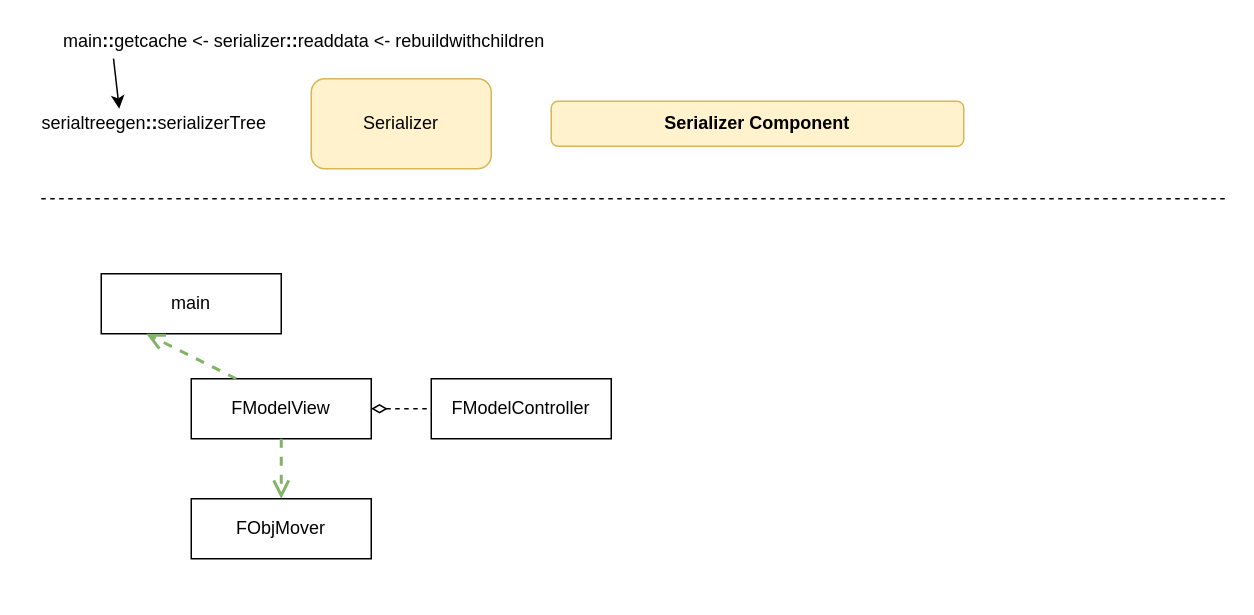
This is dia.drawio from magal-git/MyFlutter, a draw.io file, before an edit. Source tidied: cells renumbered, new cells numbered last; positions are measured from the earlier drawing's top-left corner, leaving out a move shared by most shapes. Both pictures are drawn from the tidied source at 150%, with x=0, y=0 at pixel (26, 26).
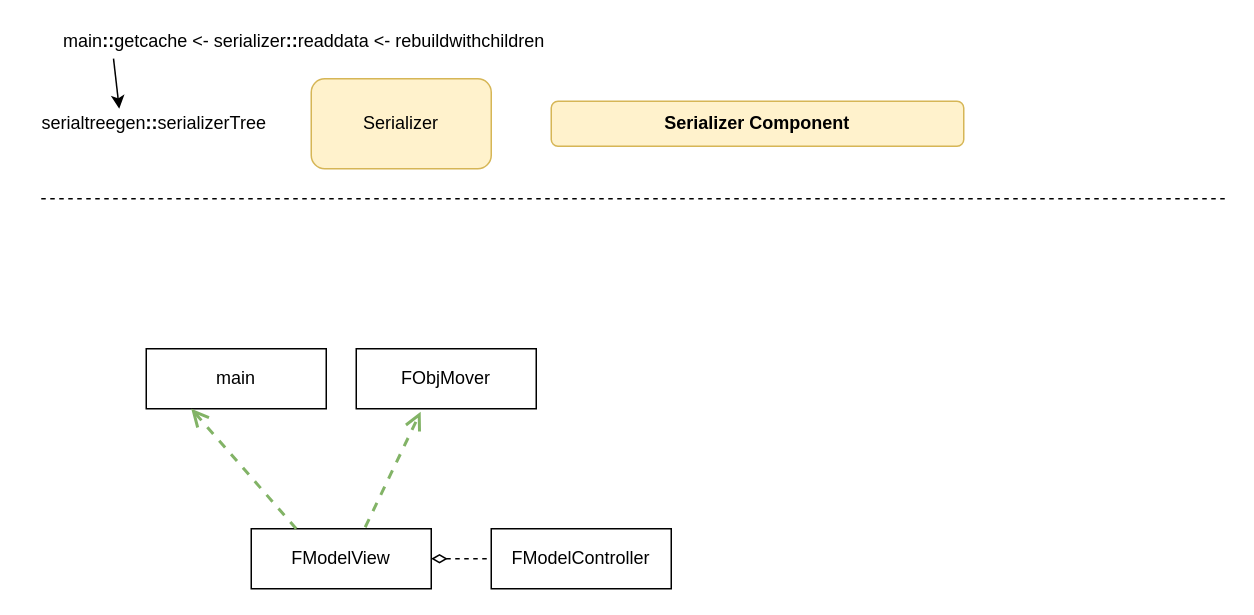
Above is the later version.

What changed in the source:
```diff
@@
 <mxGraphModel>
   <root>
     <mxCell id="0" />
     <mxCell id="1" parent="0" />
     <mxCell id="2" value="&lt;div&gt;main&lt;b&gt;::&lt;/b&gt;getcache &amp;lt;- serializer&lt;b&gt;::&lt;/b&gt;readdata &amp;lt;- rebuildwithchildren&lt;/div&gt;" style="text;html=1;align=center;verticalAlign=middle;points=[];strokeColor=none;" parent="1" vertex="1">
       <mxGeometry x="15" width="340" height="20" as="geometry" />
     </mxCell>
     <mxCell id="3" style="endArrow=classic;html=1;exitX=0.127;exitY=1.08;exitDx=0;exitDy=0;exitPerimeter=0;" parent="1" edge="1" source="2">
       <mxGeometry relative="1" as="geometry">
         <mxPoint x="62" y="55" as="targetPoint" />
       </mxGeometry>
     </mxCell>
     <mxCell id="4" value="serialtreegen&lt;b&gt;::&lt;/b&gt;serializerTree" style="text;html=1;align=center;verticalAlign=middle;strokeColor=none;" parent="1" vertex="1">
       <mxGeometry y="55" width="170" height="20" as="geometry" />
     </mxCell>
     <mxCell id="5" value="Serializer" style="rounded=1;whiteSpace=wrap;html=1;fillColor=#fff2cc;strokeColor=#d6b656;" parent="1" vertex="1">
       <mxGeometry x="190" y="35" width="120" height="60" as="geometry" />
     </mxCell>
     <mxCell id="6" value="&lt;b&gt;Serializer Component&lt;/b&gt;" style="rounded=1;whiteSpace=wrap;html=1;fillColor=#fff2cc;strokeColor=#d6b656;" parent="1" vertex="1">
       <mxGeometry x="350" y="50" width="275" height="30" as="geometry" />
     </mxCell>
     <mxCell id="7" style="endArrow=none;dashed=1;html=1;" parent="1" edge="1">
       <mxGeometry relative="1" as="geometry">
         <mxPoint x="10" y="115" as="sourcePoint" />
         <mxPoint x="800" y="115" as="targetPoint" />
       </mxGeometry>
     </mxCell>
     <mxCell id="8" value="main" style="rounded=0;whiteSpace=wrap;html=1;" parent="1" vertex="1">
-      <mxGeometry x="50" y="165" width="120" height="40" as="geometry" />
+      <mxGeometry x="80" y="215" width="120" height="40" as="geometry" />
     </mxCell>
     <mxCell id="9" value="FModelView" style="rounded=0;whiteSpace=wrap;html=1;" parent="1" vertex="1">
-      <mxGeometry x="110" y="235" width="120" height="40" as="geometry" />
+      <mxGeometry x="150" y="335" width="120" height="40" as="geometry" />
     </mxCell>
     <mxCell id="10" value="FObjMover" style="rounded=0;whiteSpace=wrap;html=1;" parent="1" vertex="1">
-      <mxGeometry x="110" y="315" width="120" height="40" as="geometry" />
+      <mxGeometry x="220" y="215" width="120" height="40" as="geometry" />
     </mxCell>
     <mxCell id="11" style="endArrow=open;startArrow=none;endFill=0;startFill=0;endSize=8;html=1;verticalAlign=bottom;labelBackgroundColor=none;strokeWidth=2;exitX=0.25;exitY=0;exitDx=0;exitDy=0;entryX=0.25;entryY=1;entryDx=0;entryDy=0;fillColor=#d5e8d4;strokeColor=#82b366;dashed=1;" parent="1" edge="1" source="9" target="8">
       <mxGeometry relative="1" as="geometry" />
     </mxCell>
-    <mxCell id="12" style="endArrow=open;startArrow=none;endFill=0;startFill=0;endSize=8;html=1;verticalAlign=bottom;labelBackgroundColor=none;strokeWidth=2;exitX=0.5;exitY=1;exitDx=0;exitDy=0;entryX=0.5;entryY=0;entryDx=0;entryDy=0;fillColor=#d5e8d4;strokeColor=#82b366;dashed=1;" parent="1" edge="1" source="9" target="10">
+    <mxCell id="12" style="endArrow=open;startArrow=none;endFill=0;startFill=0;endSize=8;html=1;verticalAlign=bottom;labelBackgroundColor=none;strokeWidth=2;exitX=0.633;exitY=-0.025;exitDx=0;exitDy=0;entryX=0.358;entryY=1.05;entryDx=0;entryDy=0;fillColor=#d5e8d4;strokeColor=#82b366;dashed=1;exitPerimeter=0;entryPerimeter=0;" parent="1" edge="1" source="9" target="10">
       <mxGeometry relative="1" as="geometry" />
     </mxCell>
     <mxCell id="13" value="FModelController" style="rounded=0;whiteSpace=wrap;html=1;" parent="1" vertex="1">
-      <mxGeometry x="270" y="235" width="120" height="40" as="geometry" />
+      <mxGeometry x="310" y="335" width="120" height="40" as="geometry" />
     </mxCell>
     <mxCell id="14" style="endArrow=none;startArrow=diamondThin;endFill=0;startFill=0;html=1;verticalAlign=bottom;labelBackgroundColor=none;strokeWidth=1;startSize=8;endSize=8;dashed=1;exitX=1;exitY=0.5;exitDx=0;exitDy=0;exitPerimeter=0;entryX=0;entryY=0.5;entryDx=0;entryDy=0;" parent="1" edge="1" source="9" target="13">
       <mxGeometry relative="1" as="geometry" />
     </mxCell>
   </root>
 </mxGraphModel>
```
